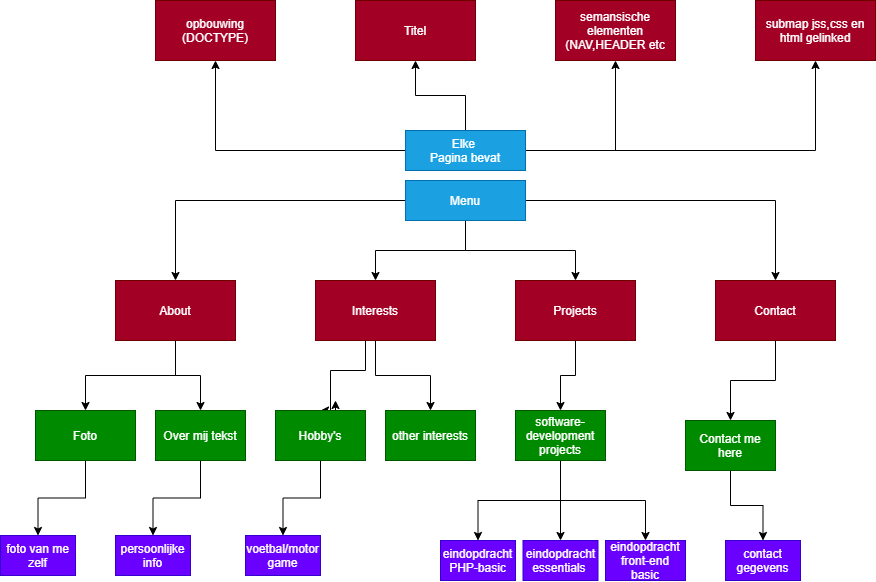
metin61/Challenge-Portfolio keeps this draw.io diagram as 01-Challenge/Taak02-Ontwerpen/student-boomstructuur.drawio.png. Above is the earlier version. Source tidied: cells renumbered, new cells last; positions are measured from the earlier drawing's top-left corner, leaving out a move shared by most shapes.
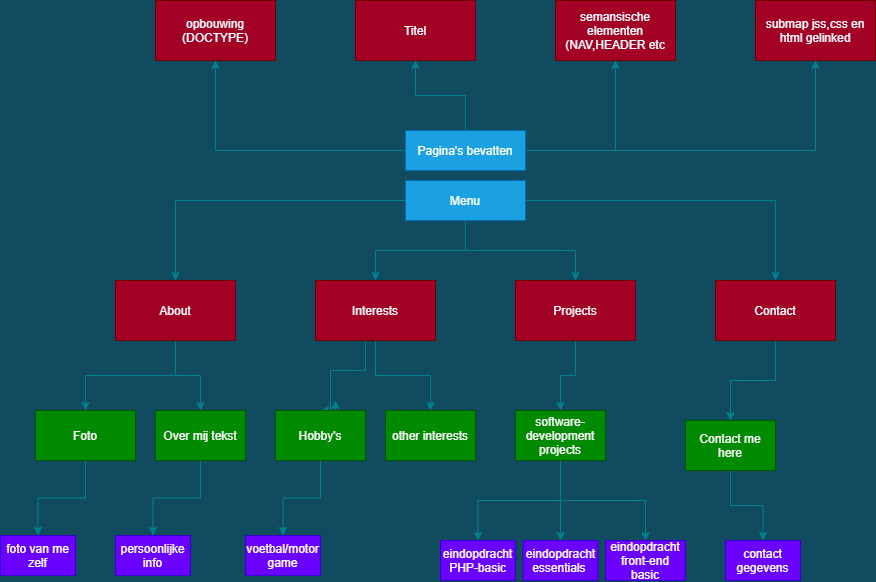
After the commit.

What changed in the source:
```diff
@@ -1,17 +1,17 @@
-<mxGraphModel>
+<mxGraphModel background="#114B5F">
   <root>
     <mxCell id="0" />
     <mxCell id="1" parent="0" />
-    <mxCell id="2" style="edgeStyle=orthogonalEdgeStyle;rounded=0;jettySize=auto;html=1;exitX=0.5;exitY=1;exitDx=0;exitDy=0;" parent="1" edge="1" source="4" target="6">
+    <mxCell id="2" style="edgeStyle=orthogonalEdgeStyle;rounded=0;jettySize=auto;html=1;exitX=0.5;exitY=1;exitDx=0;exitDy=0;strokeColor=#028090;fontColor=#E4FDE1;labelBackgroundColor=#114B5F;" parent="1" edge="1" source="4" target="6">
       <mxGeometry relative="1" as="geometry" />
     </mxCell>
-    <mxCell id="3" style="edgeStyle=orthogonalEdgeStyle;rounded=0;jettySize=auto;html=1;exitX=0.5;exitY=1;exitDx=0;exitDy=0;" parent="1" edge="1" source="4" target="8">
+    <mxCell id="3" style="edgeStyle=orthogonalEdgeStyle;rounded=0;jettySize=auto;html=1;exitX=0.5;exitY=1;exitDx=0;exitDy=0;strokeColor=#028090;fontColor=#E4FDE1;labelBackgroundColor=#114B5F;" parent="1" edge="1" source="4" target="8">
       <mxGeometry relative="1" as="geometry" />
     </mxCell>
     <mxCell id="4" value="About" style="rounded=0;whiteSpace=wrap;html=1;fillColor=#a20025;strokeColor=#6F0000;fontColor=#ffffff;" parent="1" vertex="1">
       <mxGeometry x="115" y="280" width="120" height="60" as="geometry" />
     </mxCell>
-    <mxCell id="5" style="edgeStyle=orthogonalEdgeStyle;rounded=0;jettySize=auto;html=1;" parent="1" edge="1" source="6">
+    <mxCell id="5" style="edgeStyle=orthogonalEdgeStyle;rounded=0;jettySize=auto;html=1;strokeColor=#028090;fontColor=#E4FDE1;labelBackgroundColor=#114B5F;" parent="1" edge="1" source="6">
       <mxGeometry relative="1" as="geometry">
         <mxPoint x="37.5" y="535" as="targetPoint" />
       </mxGeometry>
@@ -19,28 +19,28 @@
     <mxCell id="6" value="Foto" style="rounded=0;whiteSpace=wrap;html=1;fillColor=#008a00;strokeColor=#005700;fontColor=#ffffff;" parent="1" vertex="1">
       <mxGeometry x="35" y="410" width="100" height="50" as="geometry" />
     </mxCell>
-    <mxCell id="7" style="edgeStyle=orthogonalEdgeStyle;rounded=0;jettySize=auto;html=1;entryX=0.5;entryY=0;entryDx=0;entryDy=0;" parent="1" edge="1" source="8" target="34">
+    <mxCell id="7" style="edgeStyle=orthogonalEdgeStyle;rounded=0;jettySize=auto;html=1;entryX=0.5;entryY=0;entryDx=0;entryDy=0;strokeColor=#028090;fontColor=#E4FDE1;labelBackgroundColor=#114B5F;" parent="1" edge="1" source="8" target="34">
       <mxGeometry relative="1" as="geometry" />
     </mxCell>
     <mxCell id="8" value="Over mij tekst" style="rounded=0;whiteSpace=wrap;html=1;fillColor=#008a00;strokeColor=#005700;fontColor=#ffffff;" parent="1" vertex="1">
       <mxGeometry x="155" y="410" width="90" height="50" as="geometry" />
     </mxCell>
-    <mxCell id="9" style="edgeStyle=orthogonalEdgeStyle;rounded=0;jettySize=auto;html=1;entryX=0.5;entryY=0;entryDx=0;entryDy=0;" parent="1" edge="1" source="13" target="4">
+    <mxCell id="9" style="edgeStyle=orthogonalEdgeStyle;rounded=0;jettySize=auto;html=1;entryX=0.5;entryY=0;entryDx=0;entryDy=0;strokeColor=#028090;fontColor=#E4FDE1;labelBackgroundColor=#114B5F;" parent="1" edge="1" source="13" target="4">
       <mxGeometry relative="1" as="geometry" />
     </mxCell>
-    <mxCell id="10" style="edgeStyle=orthogonalEdgeStyle;rounded=0;jettySize=auto;html=1;entryX=0.5;entryY=0;entryDx=0;entryDy=0;" parent="1" edge="1" source="13" target="16">
+    <mxCell id="10" style="edgeStyle=orthogonalEdgeStyle;rounded=0;jettySize=auto;html=1;entryX=0.5;entryY=0;entryDx=0;entryDy=0;strokeColor=#028090;fontColor=#E4FDE1;labelBackgroundColor=#114B5F;" parent="1" edge="1" source="13" target="16">
       <mxGeometry relative="1" as="geometry" />
     </mxCell>
-    <mxCell id="11" style="edgeStyle=orthogonalEdgeStyle;rounded=0;jettySize=auto;html=1;entryX=0.5;entryY=0;entryDx=0;entryDy=0;" parent="1" edge="1" source="13" target="28">
+    <mxCell id="11" style="edgeStyle=orthogonalEdgeStyle;rounded=0;jettySize=auto;html=1;entryX=0.5;entryY=0;entryDx=0;entryDy=0;strokeColor=#028090;fontColor=#E4FDE1;labelBackgroundColor=#114B5F;" parent="1" edge="1" source="13" target="28">
       <mxGeometry relative="1" as="geometry" />
     </mxCell>
-    <mxCell id="12" style="edgeStyle=orthogonalEdgeStyle;rounded=0;jettySize=auto;html=1;" parent="1" edge="1" source="13" target="30">
+    <mxCell id="12" style="edgeStyle=orthogonalEdgeStyle;rounded=0;jettySize=auto;html=1;strokeColor=#028090;fontColor=#E4FDE1;labelBackgroundColor=#114B5F;" parent="1" edge="1" source="13" target="30">
       <mxGeometry relative="1" as="geometry" />
     </mxCell>
     <mxCell id="13" value="Menu" style="rounded=0;whiteSpace=wrap;html=1;fillColor=#1ba1e2;strokeColor=#006EAF;fontColor=#ffffff;" parent="1" vertex="1">
       <mxGeometry x="405" y="180" width="120" height="40" as="geometry" />
     </mxCell>
-    <mxCell id="14" style="edgeStyle=orthogonalEdgeStyle;rounded=0;jettySize=auto;html=1;entryX=0.5;entryY=0;entryDx=0;entryDy=0;" parent="1" edge="1" source="16" target="19">
+    <mxCell id="14" style="edgeStyle=orthogonalEdgeStyle;rounded=0;jettySize=auto;html=1;entryX=0.5;entryY=0;entryDx=0;entryDy=0;strokeColor=#028090;fontColor=#E4FDE1;labelBackgroundColor=#114B5F;" parent="1" edge="1" source="16" target="19">
       <mxGeometry relative="1" as="geometry">
         <Array as="points">
           <mxPoint x="365" y="370" />
@@ -48,18 +48,18 @@
         </Array>
       </mxGeometry>
     </mxCell>
-    <mxCell id="15" style="edgeStyle=orthogonalEdgeStyle;rounded=0;jettySize=auto;html=1;" parent="1" edge="1" source="16" target="20">
+    <mxCell id="15" style="edgeStyle=orthogonalEdgeStyle;rounded=0;jettySize=auto;html=1;strokeColor=#028090;fontColor=#E4FDE1;labelBackgroundColor=#114B5F;" parent="1" edge="1" source="16" target="20">
       <mxGeometry relative="1" as="geometry" />
     </mxCell>
     <mxCell id="16" value="Interests" style="rounded=0;whiteSpace=wrap;html=1;fillColor=#a20025;strokeColor=#6F0000;fontColor=#ffffff;" parent="1" vertex="1">
       <mxGeometry x="315" y="280" width="120" height="60" as="geometry" />
     </mxCell>
-    <mxCell id="17" style="edgeStyle=orthogonalEdgeStyle;rounded=0;jettySize=auto;html=1;exitX=0.5;exitY=0;exitDx=0;exitDy=0;" parent="1" edge="1" source="19">
+    <mxCell id="17" style="edgeStyle=orthogonalEdgeStyle;rounded=0;jettySize=auto;html=1;exitX=0.5;exitY=0;exitDx=0;exitDy=0;strokeColor=#028090;fontColor=#E4FDE1;labelBackgroundColor=#114B5F;" parent="1" edge="1" source="19">
       <mxGeometry relative="1" as="geometry">
         <mxPoint x="335" y="400" as="targetPoint" />
       </mxGeometry>
     </mxCell>
-    <mxCell id="18" style="edgeStyle=orthogonalEdgeStyle;rounded=0;jettySize=auto;html=1;entryX=0.5;entryY=0;entryDx=0;entryDy=0;" parent="1" edge="1" source="19" target="37">
+    <mxCell id="18" style="edgeStyle=orthogonalEdgeStyle;rounded=0;jettySize=auto;html=1;entryX=0.5;entryY=0;entryDx=0;entryDy=0;strokeColor=#028090;fontColor=#E4FDE1;labelBackgroundColor=#114B5F;" parent="1" edge="1" source="19" target="37">
       <mxGeometry relative="1" as="geometry" />
     </mxCell>
     <mxCell id="19" value="Hobby's" style="rounded=0;whiteSpace=wrap;html=1;fillColor=#008a00;strokeColor=#005700;fontColor=#ffffff;" parent="1" vertex="1">
@@ -71,13 +71,13 @@
     <mxCell id="21" value="eindopdracht front-end basic" style="rounded=0;whiteSpace=wrap;html=1;fillColor=#6a00ff;strokeColor=#3700CC;fontColor=#ffffff;" parent="1" vertex="1">
       <mxGeometry x="605" y="540" width="80" height="40" as="geometry" />
     </mxCell>
-    <mxCell id="22" style="edgeStyle=orthogonalEdgeStyle;rounded=0;jettySize=auto;html=1;entryX=0.5;entryY=0;entryDx=0;entryDy=0;" parent="1" edge="1" source="25" target="26">
+    <mxCell id="22" style="edgeStyle=orthogonalEdgeStyle;rounded=0;jettySize=auto;html=1;entryX=0.5;entryY=0;entryDx=0;entryDy=0;strokeColor=#028090;fontColor=#E4FDE1;labelBackgroundColor=#114B5F;" parent="1" edge="1" source="25" target="26">
       <mxGeometry relative="1" as="geometry" />
     </mxCell>
-    <mxCell id="23" style="edgeStyle=orthogonalEdgeStyle;rounded=0;jettySize=auto;html=1;entryX=0.5;entryY=0;entryDx=0;entryDy=0;" parent="1" edge="1" source="25" target="21">
+    <mxCell id="23" style="edgeStyle=orthogonalEdgeStyle;rounded=0;jettySize=auto;html=1;entryX=0.5;entryY=0;entryDx=0;entryDy=0;strokeColor=#028090;fontColor=#E4FDE1;labelBackgroundColor=#114B5F;" parent="1" edge="1" source="25" target="21">
       <mxGeometry relative="1" as="geometry" />
     </mxCell>
-    <mxCell id="24" style="edgeStyle=orthogonalEdgeStyle;rounded=0;jettySize=auto;html=1;entryX=0.5;entryY=0;entryDx=0;entryDy=0;" parent="1" edge="1" source="25" target="31">
+    <mxCell id="24" style="edgeStyle=orthogonalEdgeStyle;rounded=0;jettySize=auto;html=1;entryX=0.5;entryY=0;entryDx=0;entryDy=0;strokeColor=#028090;fontColor=#E4FDE1;labelBackgroundColor=#114B5F;" parent="1" edge="1" source="25" target="31">
       <mxGeometry relative="1" as="geometry" />
     </mxCell>
     <mxCell id="25" value="software-development&lt;br&gt;projects" style="rounded=0;whiteSpace=wrap;html=1;fillColor=#008a00;strokeColor=#005700;fontColor=#ffffff;" parent="1" vertex="1">
@@ -86,13 +86,13 @@
     <mxCell id="26" value="eindopdracht PHP-basic" style="rounded=0;whiteSpace=wrap;html=1;fillColor=#6a00ff;strokeColor=#3700CC;fontColor=#ffffff;" parent="1" vertex="1">
       <mxGeometry x="440" y="540" width="75" height="40" as="geometry" />
     </mxCell>
-    <mxCell id="27" style="edgeStyle=orthogonalEdgeStyle;rounded=0;jettySize=auto;html=1;entryX=0.5;entryY=0;entryDx=0;entryDy=0;" parent="1" edge="1" source="28" target="25">
+    <mxCell id="27" style="edgeStyle=orthogonalEdgeStyle;rounded=0;jettySize=auto;html=1;entryX=0.5;entryY=0;entryDx=0;entryDy=0;strokeColor=#028090;fontColor=#E4FDE1;labelBackgroundColor=#114B5F;" parent="1" edge="1" source="28" target="25">
       <mxGeometry relative="1" as="geometry" />
     </mxCell>
     <mxCell id="28" value="Projects" style="rounded=0;whiteSpace=wrap;html=1;fillColor=#a20025;strokeColor=#6F0000;fontColor=#ffffff;" parent="1" vertex="1">
       <mxGeometry x="515" y="280" width="120" height="60" as="geometry" />
     </mxCell>
-    <mxCell id="29" style="edgeStyle=orthogonalEdgeStyle;rounded=0;jettySize=auto;html=1;" parent="1" edge="1" source="30" target="33">
+    <mxCell id="29" style="edgeStyle=orthogonalEdgeStyle;rounded=0;jettySize=auto;html=1;strokeColor=#028090;fontColor=#E4FDE1;labelBackgroundColor=#114B5F;" parent="1" edge="1" source="30" target="33">
       <mxGeometry relative="1" as="geometry" />
     </mxCell>
     <mxCell id="30" value="Contact" style="rounded=0;whiteSpace=wrap;html=1;fillColor=#a20025;strokeColor=#6F0000;fontColor=#ffffff;" parent="1" vertex="1">
@@ -101,7 +101,7 @@
     <mxCell id="31" value="&lt;span&gt;eindopdracht&lt;br&gt;essentials&amp;nbsp;&lt;/span&gt;" style="rounded=0;whiteSpace=wrap;html=1;fillColor=#6a00ff;strokeColor=#3700CC;fontColor=#ffffff;" parent="1" vertex="1">
       <mxGeometry x="522.5" y="540" width="75" height="40" as="geometry" />
     </mxCell>
-    <mxCell id="32" style="edgeStyle=orthogonalEdgeStyle;rounded=0;jettySize=auto;html=1;entryX=0.5;entryY=0;entryDx=0;entryDy=0;" parent="1" edge="1" source="33" target="35">
+    <mxCell id="32" style="edgeStyle=orthogonalEdgeStyle;rounded=0;jettySize=auto;html=1;entryX=0.5;entryY=0;entryDx=0;entryDy=0;strokeColor=#028090;fontColor=#E4FDE1;labelBackgroundColor=#114B5F;" parent="1" edge="1" source="33" target="35">
       <mxGeometry relative="1" as="geometry" />
     </mxCell>
     <mxCell id="33" value="Contact me here" style="rounded=0;whiteSpace=wrap;html=1;fillColor=#008a00;strokeColor=#005700;fontColor=#ffffff;" parent="1" vertex="1">
@@ -119,19 +119,19 @@
     <mxCell id="37" value="voetbal/motor&lt;br&gt;game" style="rounded=0;whiteSpace=wrap;html=1;fillColor=#6a00ff;strokeColor=#3700CC;fontColor=#ffffff;" parent="1" vertex="1">
       <mxGeometry x="245" y="535" width="75" height="40" as="geometry" />
     </mxCell>
-    <mxCell id="38" style="edgeStyle=orthogonalEdgeStyle;rounded=0;jettySize=auto;html=1;entryX=0.5;entryY=1;entryDx=0;entryDy=0;" parent="1" edge="1" source="42" target="44">
+    <mxCell id="38" style="edgeStyle=orthogonalEdgeStyle;rounded=0;jettySize=auto;html=1;entryX=0.5;entryY=1;entryDx=0;entryDy=0;strokeColor=#028090;fontColor=#E4FDE1;labelBackgroundColor=#114B5F;" parent="1" edge="1" source="42" target="44">
       <mxGeometry relative="1" as="geometry" />
     </mxCell>
-    <mxCell id="39" style="edgeStyle=orthogonalEdgeStyle;rounded=0;jettySize=auto;html=1;entryX=0.5;entryY=1;entryDx=0;entryDy=0;" parent="1" edge="1" source="42" target="43">
+    <mxCell id="39" style="edgeStyle=orthogonalEdgeStyle;rounded=0;jettySize=auto;html=1;entryX=0.5;entryY=1;entryDx=0;entryDy=0;strokeColor=#028090;fontColor=#E4FDE1;labelBackgroundColor=#114B5F;" parent="1" edge="1" source="42" target="43">
       <mxGeometry relative="1" as="geometry" />
     </mxCell>
-    <mxCell id="40" style="edgeStyle=orthogonalEdgeStyle;rounded=0;jettySize=auto;html=1;entryX=0.5;entryY=1;entryDx=0;entryDy=0;" parent="1" edge="1" source="42" target="45">
+    <mxCell id="40" style="edgeStyle=orthogonalEdgeStyle;rounded=0;jettySize=auto;html=1;entryX=0.5;entryY=1;entryDx=0;entryDy=0;strokeColor=#028090;fontColor=#E4FDE1;labelBackgroundColor=#114B5F;" parent="1" edge="1" source="42" target="45">
       <mxGeometry relative="1" as="geometry" />
     </mxCell>
-    <mxCell id="41" style="edgeStyle=orthogonalEdgeStyle;rounded=0;jettySize=auto;html=1;entryX=0.5;entryY=1;entryDx=0;entryDy=0;" parent="1" edge="1" source="42" target="46">
+    <mxCell id="41" style="edgeStyle=orthogonalEdgeStyle;rounded=0;jettySize=auto;html=1;entryX=0.5;entryY=1;entryDx=0;entryDy=0;strokeColor=#028090;fontColor=#E4FDE1;labelBackgroundColor=#114B5F;" parent="1" edge="1" source="42" target="46">
       <mxGeometry relative="1" as="geometry" />
     </mxCell>
-    <mxCell id="42" value="Elke &lt;br&gt;Pagina bevat" style="rounded=0;whiteSpace=wrap;html=1;fillColor=#1ba1e2;strokeColor=#006EAF;fontColor=#ffffff;" parent="1" vertex="1">
+    <mxCell id="42" value="Pagina's bevatten" style="rounded=0;whiteSpace=wrap;html=1;fillColor=#1ba1e2;strokeColor=#006EAF;fontColor=#ffffff;" parent="1" vertex="1">
       <mxGeometry x="405" y="130" width="120" height="40" as="geometry" />
     </mxCell>
     <mxCell id="43" value="opbouwing (DOCTYPE)" style="rounded=0;whiteSpace=wrap;html=1;fillColor=#a20025;strokeColor=#6F0000;fontColor=#ffffff;" parent="1" vertex="1">
```
